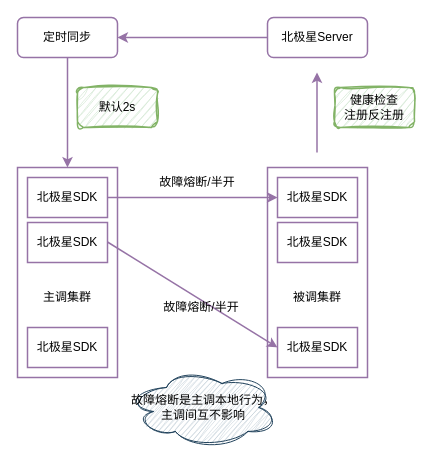
Earlier version of the draw.io diagram base/北极星熔断流程.drawio (melonshell/draw.io). Source tidied: cells renumbered, new cells numbered last; positions are measured from the earlier drawing's top-left corner, leaving out a move shared by most shapes. Both pictures are drawn from the tidied source at 100%, with x=0, y=0 at pixel (17, 17).
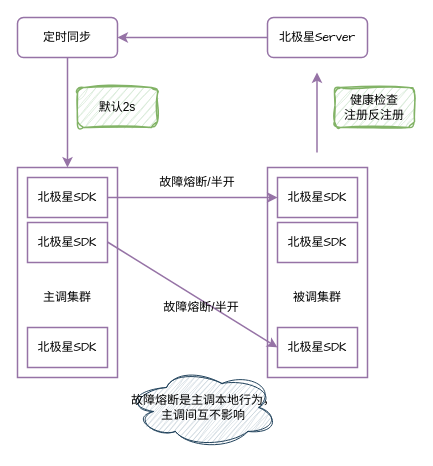
The same page after the edit.

Commit message:
更新北极星熔断流程.drawio

What changed in the source:
```diff
@@
-    <mxCell id="2" value="北极星Server" style="rounded=1;whiteSpace=wrap;html=1;fillColor=none;strokeWidth=1.5;strokeColor=#9673a6;" parent="1" vertex="1">
+    <mxCell id="2" value="&lt;font face=&quot;Comic Sans MS&quot;&gt;北极星Server&lt;/font&gt;" style="rounded=1;whiteSpace=wrap;html=1;fillColor=none;strokeWidth=1.5;strokeColor=#9673a6;" parent="1" vertex="1">
       <mxGeometry x="250" width="100" height="40" as="geometry" />
     </mxCell>
@@
-    <mxCell id="6" value="北极星SDK" style="rounded=0;whiteSpace=wrap;html=1;fillColor=none;strokeWidth=1.5;strokeColor=#9673a6;" parent="1" vertex="1">
+    <mxCell id="6" value="&lt;font face=&quot;Comic Sans MS&quot;&gt;北极星SDK&lt;/font&gt;" style="rounded=0;whiteSpace=wrap;html=1;fillColor=none;strokeWidth=1.5;strokeColor=#9673a6;" parent="1" vertex="1">
       <mxGeometry x="260" y="160" width="80" height="40" as="geometry" />
     </mxCell>
-    <mxCell id="7" value="北极星SDK" style="rounded=0;whiteSpace=wrap;html=1;fillColor=none;strokeWidth=1.5;strokeColor=#9673a6;" parent="1" vertex="1">
+    <mxCell id="7" value="&lt;font face=&quot;Comic Sans MS&quot;&gt;北极星SDK&lt;/font&gt;" style="rounded=0;whiteSpace=wrap;html=1;fillColor=none;strokeWidth=1.5;strokeColor=#9673a6;" parent="1" vertex="1">
       <mxGeometry x="260" y="205" width="80" height="40" as="geometry" />
     </mxCell>
-    <mxCell id="8" value="北极星SDK" style="rounded=0;whiteSpace=wrap;html=1;fillColor=none;strokeWidth=1.5;strokeColor=#9673a6;" parent="1" vertex="1">
+    <mxCell id="8" value="&lt;font face=&quot;Comic Sans MS&quot;&gt;北极星SDK&lt;/font&gt;" style="rounded=0;whiteSpace=wrap;html=1;fillColor=none;strokeWidth=1.5;strokeColor=#9673a6;" parent="1" vertex="1">
       <mxGeometry x="260" y="310" width="80" height="40" as="geometry" />
     </mxCell>
-    <mxCell id="9" value="北极星SDK" style="rounded=0;whiteSpace=wrap;html=1;fillColor=none;strokeWidth=1.5;strokeColor=#9673a6;" parent="1" vertex="1">
+    <mxCell id="9" value="&lt;font face=&quot;Comic Sans MS&quot;&gt;北极星SDK&lt;/font&gt;" style="rounded=0;whiteSpace=wrap;html=1;fillColor=none;strokeWidth=1.5;strokeColor=#9673a6;" parent="1" vertex="1">
       <mxGeometry x="10" y="160" width="80" height="40" as="geometry" />
     </mxCell>
-    <mxCell id="10" value="北极星SDK" style="rounded=0;whiteSpace=wrap;html=1;fillColor=none;strokeWidth=1.5;strokeColor=#9673a6;" parent="1" vertex="1">
+    <mxCell id="10" value="&lt;font face=&quot;Comic Sans MS&quot;&gt;北极星SDK&lt;/font&gt;" style="rounded=0;whiteSpace=wrap;html=1;fillColor=none;strokeWidth=1.5;strokeColor=#9673a6;" parent="1" vertex="1">
       <mxGeometry x="10" y="205" width="80" height="40" as="geometry" />
     </mxCell>
-    <mxCell id="11" value="北极星SDK" style="rounded=0;whiteSpace=wrap;html=1;fillColor=none;strokeWidth=1.5;strokeColor=#9673a6;" parent="1" vertex="1">
+    <mxCell id="11" value="&lt;font face=&quot;Comic Sans MS&quot;&gt;北极星SDK&lt;/font&gt;" style="rounded=0;whiteSpace=wrap;html=1;fillColor=none;strokeWidth=1.5;strokeColor=#9673a6;" parent="1" vertex="1">
       <mxGeometry x="10" y="310" width="80" height="40" as="geometry" />
     </mxCell>
```
